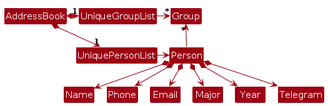
jocelyn-soh/tp keeps this PlantUML diagram as diagrams/BetterModelClassDiagram.png. Above is the earlier version. Its source is kept beside it as diagrams/BetterModelClassDiagram.puml.
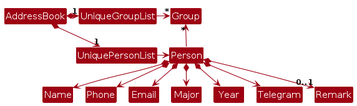
Above is the later version.

Change to the diagram source:
```diff
@@ -21,4 +21,5 @@
 Person *--> Major
 Person *--> Year
 Person *--> Telegram
+Person *--> "0..1" Remark
 @enduml
```
